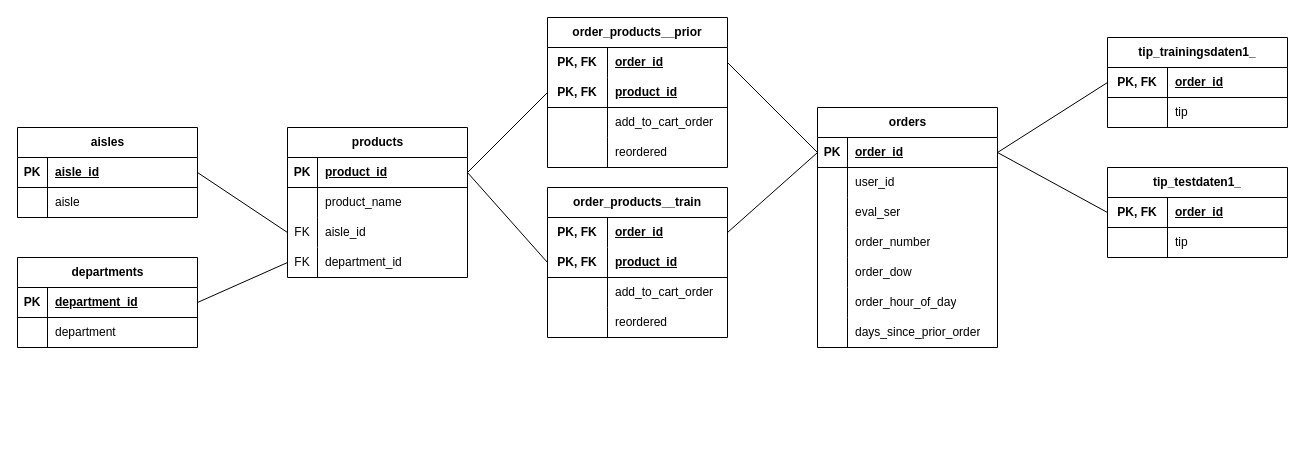
Earlier version of the draw.io diagram data/Instacart/data_relations.drawio (d-schneid/binary-tip-classification). Source tidied: cells renumbered, new cells numbered last; positions are measured from the earlier drawing's top-left corner, leaving out a move shared by most shapes. Both pictures are drawn from the tidied source at 100%, with x=0, y=0 at pixel (17, 17).
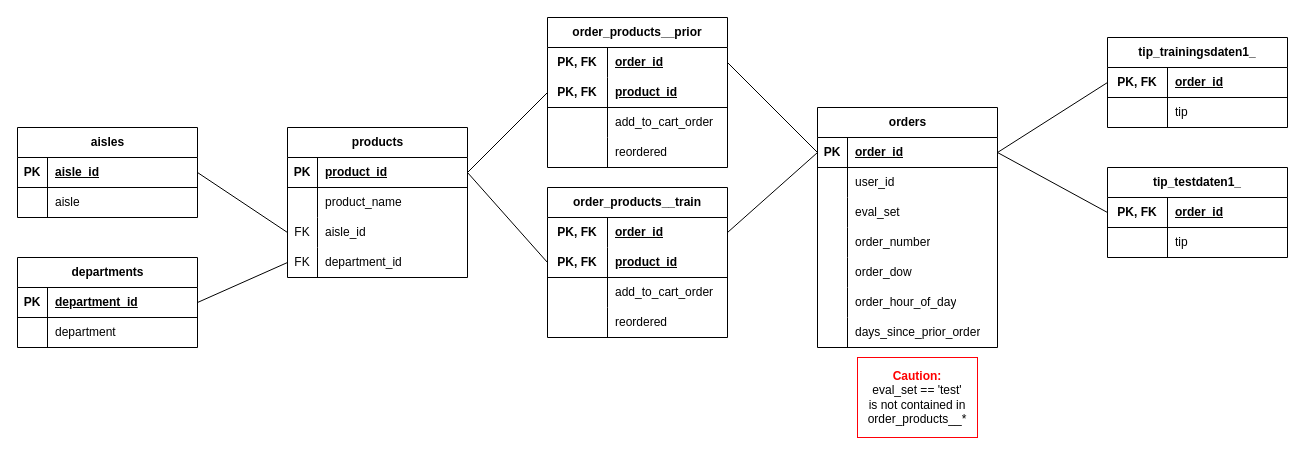
After the change.

Commit message (it also covers changes not shown here):
Update data descriptions

The change refers to these unchanged cells:
```xml
<mxCell id="9" style="shape=tableRow;horizontal=0;startSize=0;swimlaneHead=0;swimlaneBody=0;fillColor=none;top=0;left=0;right=0;bottom=0;" parent="2" vertex="1">
  <mxGeometry y="90" width="180" height="30" as="geometry" />
</mxCell>
```

What changed in the source:
```diff
@@
-    <mxCell id="11" value="eval_ser" style="shape=partialRectangle;fillColor=none;top=0;left=0;bottom=0;right=0;align=left;spacingLeft=6;overflow=hidden;whiteSpace=wrap;html=1;" parent="9" vertex="1">
+    <mxCell id="11" value="eval_set" style="shape=partialRectangle;fillColor=none;top=0;left=0;bottom=0;right=0;align=left;spacingLeft=6;overflow=hidden;whiteSpace=wrap;html=1;" parent="9" vertex="1">
       <mxGeometry x="30" width="150" height="30" as="geometry" />
     </mxCell>
@@
+    <mxCell id="99" value="&lt;div&gt;&lt;font color=&quot;#ff0000&quot;&gt;&lt;b&gt;Caution:&lt;/b&gt;&lt;/font&gt;&lt;/div&gt;eval_set == 'test'&lt;div&gt;is not contained in order_products__*&lt;/div&gt;" style="whiteSpace=wrap;html=1;strokeColor=#FF0008;" parent="1" vertex="1">
+      <mxGeometry x="840" y="340" width="120" height="80" as="geometry" />
+    </mxCell>
```
